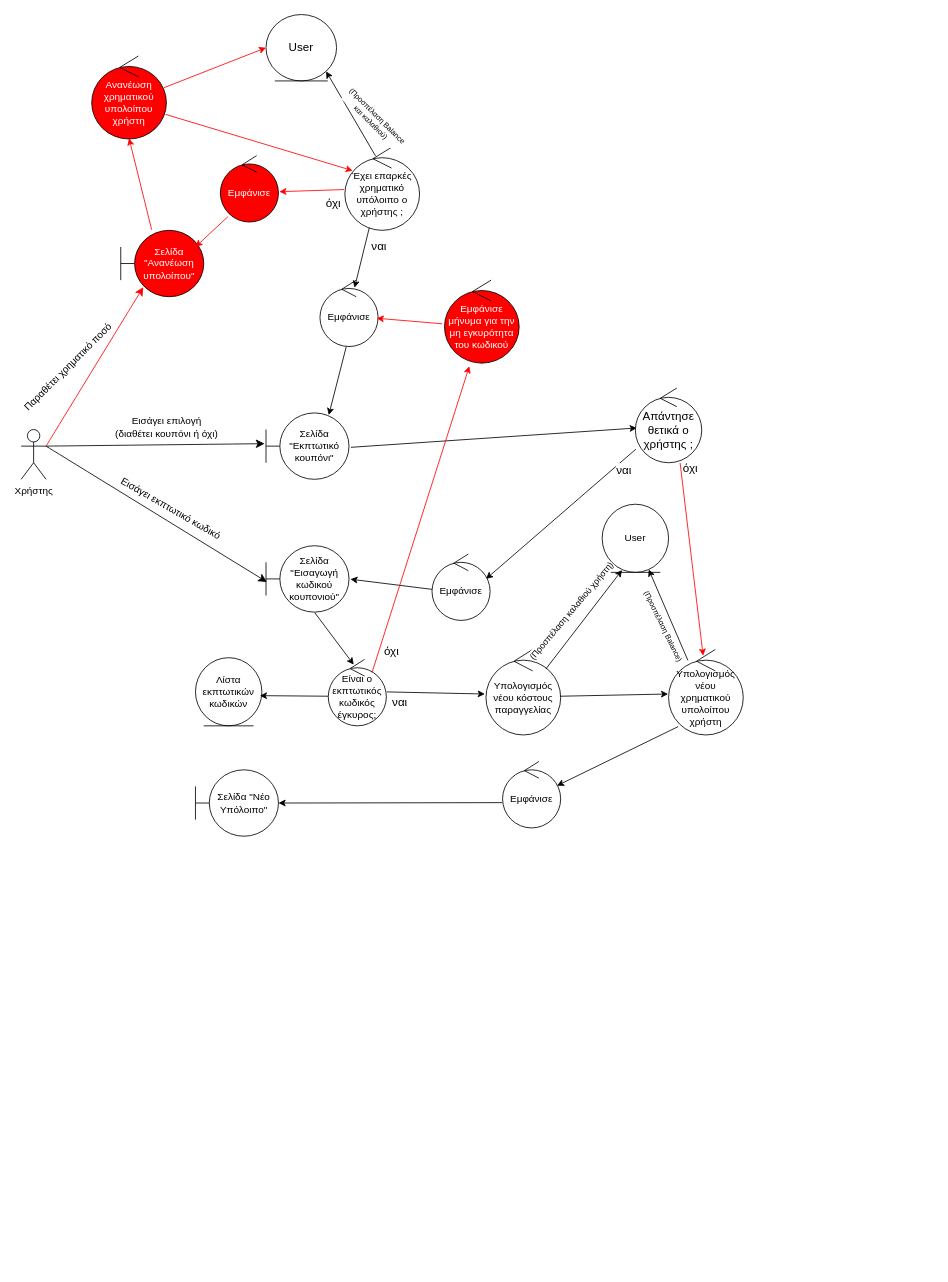
The draw.io diagram ΤΕΛΙΚΟ ΠΑΡΑΔΟΤΕΟ/Robustness_diag_v1.0/rd_πληρωμή_παραγγελίας.drawio in Dionkaps/Eu-Zin, before the edit. Source tidied: cells renumbered, new cells numbered last; positions are measured from the earlier drawing's top-left corner, leaving out a move shared by most shapes. Both pictures are drawn from the tidied source at 83%, with x=0, y=0 at pixel (21, 14).
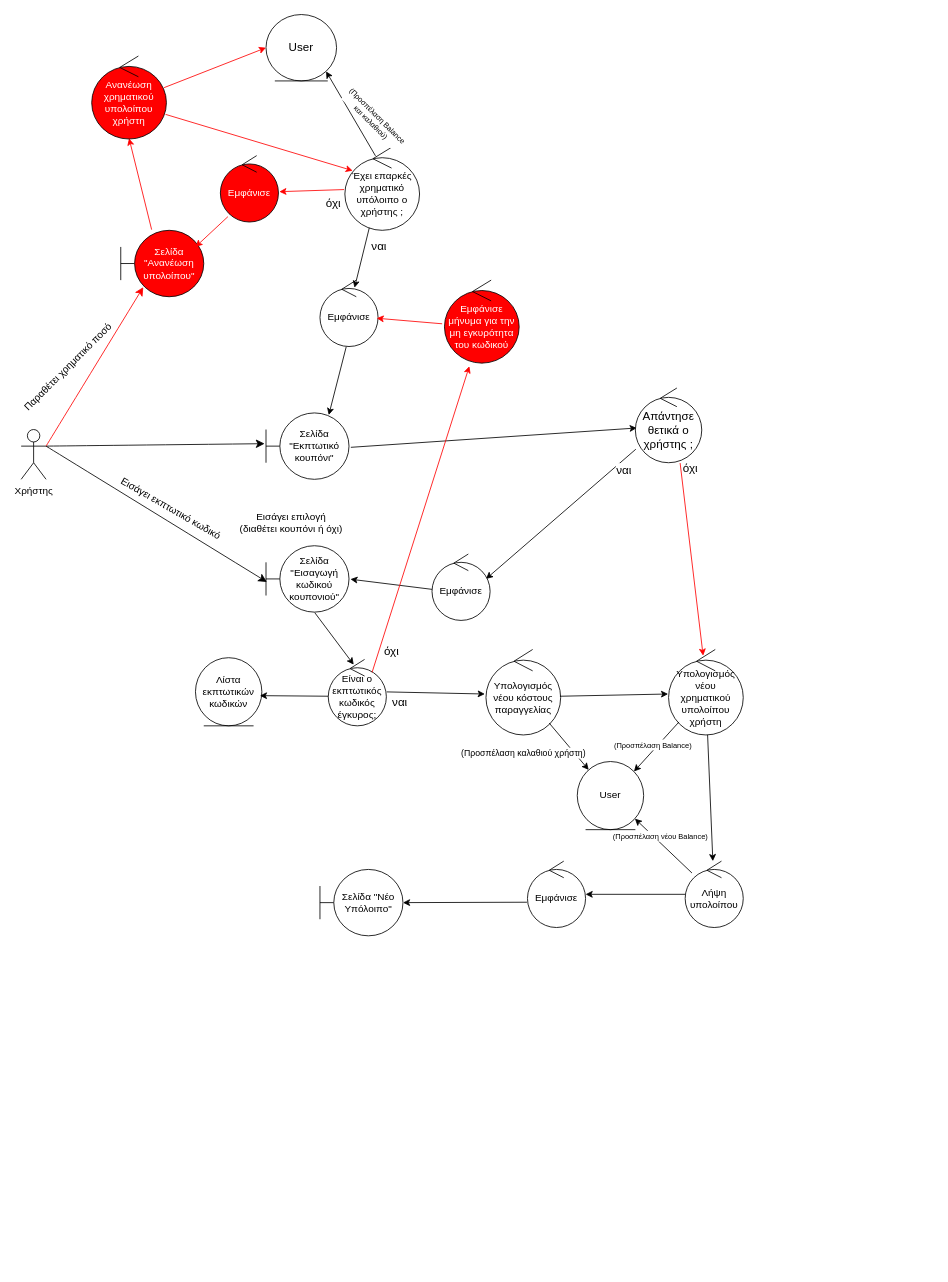
Above is the later version.

Unchanged cells that the change refers to:
```xml
<mxCell id="25" value="Υπολογισμός νέου κόστους παραγγελίας&lt;br&gt;" style="ellipse;shape=umlControl;whiteSpace=wrap;html=1;strokeColor=#000000;fontColor=#000000;" parent="1" vertex="1">
  <mxGeometry x="560" y="765" width="90" height="103" as="geometry" />
</mxCell>
<mxCell id="28" value="Υπολογισμός νέου χρηματικού υπολοίπου χρήστη" style="ellipse;shape=umlControl;whiteSpace=wrap;html=1;strokeColor=#000000;fontColor=#000000;" parent="1" vertex="1">
  <mxGeometry x="780" y="765" width="90" height="103" as="geometry" />
</mxCell>
```

What changed in the source:
```diff
@@
     <mxCell id="10" value="&lt;font style=&quot;font-size: 12px;&quot;&gt;Εισάγει επιλογή&lt;br style=&quot;font-size: 12px;&quot;&gt;(διαθέτει κουπόνι ή όχι)&lt;br style=&quot;font-size: 12px;&quot;&gt;&lt;/font&gt;" style="edgeLabel;html=1;align=center;verticalAlign=middle;fontSize=12;rotation=0;fontColor=#000000;" parent="1" vertex="1">
-      <mxGeometry x="350" y="920" as="geometry">
+      <mxGeometry x="500" y="1035" as="geometry">
         <mxPoint x="-176" y="-424" as="offset" />
       </mxGeometry>
     </mxCell>
@@
     <mxCell id="24" value="User" style="ellipse;shape=umlEntity;whiteSpace=wrap;html=1;fontColor=#000000;strokeColor=#000000;" parent="1" vertex="1">
-      <mxGeometry x="700" y="590" width="80" height="82.1" as="geometry" />
+      <mxGeometry x="670" y="900" width="80" height="82.1" as="geometry" />
     </mxCell>
@@
-    <mxCell id="26" style="edgeStyle=none;rounded=0;jettySize=auto;html=1;strokeColor=#000000;fontColor=#000000;exitX=0.801;exitY=0.229;exitDx=0;exitDy=0;exitPerimeter=0;entryX=0.299;entryY=0.966;entryDx=0;entryDy=0;entryPerimeter=0;" parent="1" edge="1" source="25" target="24">
-      <mxGeometry relative="1" as="geometry" />
+    <mxCell id="26" value="&lt;span style=&quot;color: rgb(0, 0, 0); font-family: Helvetica; font-size: 10.5px; font-style: normal; font-variant-ligatures: normal; font-variant-caps: normal; font-weight: 400; letter-spacing: normal; orphans: 2; text-align: center; text-indent: 0px; text-transform: none; widows: 2; word-spacing: 0px; -webkit-text-stroke-width: 0px; background-color: rgb(255, 255, 255); text-decoration-thickness: initial; text-decoration-style: initial; text-decoration-color: initial; float: none; display: inline !important;&quot;&gt;(Προσπέλαση καλαθιού χρήστη)&lt;/span&gt;" style="edgeStyle=none;rounded=0;jettySize=auto;html=1;strokeColor=#000000;fontColor=#000000;" parent="1" edge="1" source="25" target="24">
+      <mxGeometry x="-0.79" y="-47" relative="1" as="geometry" />
     </mxCell>
@@
-    <mxCell id="29" style="edgeStyle=none;rounded=0;jettySize=auto;html=1;strokeColor=#000000;fontColor=#000000;exitX=0.259;exitY=0.128;exitDx=0;exitDy=0;exitPerimeter=0;" parent="1" edge="1" source="28" target="24">
-      <mxGeometry relative="1" as="geometry" />
+    <mxCell id="29" value="&lt;span style=&quot;color: rgb(0, 0, 0); font-family: Helvetica; font-size: 9px; font-style: normal; font-variant-ligatures: normal; font-variant-caps: normal; font-weight: 400; letter-spacing: normal; orphans: 2; text-align: center; text-indent: 0px; text-transform: none; widows: 2; word-spacing: 0px; -webkit-text-stroke-width: 0px; background-color: rgb(255, 255, 255); text-decoration-thickness: initial; text-decoration-style: initial; text-decoration-color: initial; float: none; display: inline !important;&quot;&gt;(Προσπέλαση Balance)&lt;/span&gt;" style="edgeStyle=none;rounded=0;jettySize=auto;html=1;strokeColor=#000000;fontColor=#000000;entryX=1;entryY=0;entryDx=0;entryDy=0;" parent="1" edge="1" source="28" target="24">
+      <mxGeometry x="0.05" y="-5" relative="1" as="geometry" />
     </mxCell>
@@
+    <mxCell id="58" value="&lt;span style=&quot;color: rgb(0, 0, 0); font-family: Helvetica; font-size: 9px; font-style: normal; font-variant-ligatures: normal; font-variant-caps: normal; font-weight: 400; letter-spacing: normal; orphans: 2; text-align: center; text-indent: 0px; text-transform: none; widows: 2; word-spacing: 0px; -webkit-text-stroke-width: 0px; background-color: rgb(255, 255, 255); text-decoration-thickness: initial; text-decoration-style: initial; text-decoration-color: initial; float: none; display: inline !important;&quot;&gt;(Προσπέλαση νέου Balance)&lt;/span&gt;" style="rounded=0;jettySize=auto;html=1;" parent="1" edge="1" source="60" target="24">
+      <mxGeometry x="0.23" y="-6" relative="1" as="geometry" />
+    </mxCell>
     <mxCell id="34" value="&lt;font&gt;Εμφάνισε&lt;/font&gt;" style="ellipse;shape=umlControl;whiteSpace=wrap;html=1;strokeColor=#000000;fontColor=#000000;" parent="1" vertex="1">
-      <mxGeometry x="580" y="900" width="70" height="80" as="geometry" />
+      <mxGeometry x="610" y="1020" width="70" height="80" as="geometry" />
     </mxCell>
-    <mxCell id="35" style="edgeStyle=none;rounded=0;jettySize=auto;html=1;strokeColor=#000000;fontColor=#000000;exitX=0.129;exitY=0.902;exitDx=0;exitDy=0;exitPerimeter=0;entryX=0.937;entryY=0.364;entryDx=0;entryDy=0;entryPerimeter=0;" parent="1" edge="1" source="28" target="34">
+    <mxCell id="35" style="edgeStyle=none;rounded=0;jettySize=auto;html=1;strokeColor=#000000;fontColor=#000000;" parent="1" edge="1" source="28" target="60">
       <mxGeometry relative="1" as="geometry" />
     </mxCell>
@@
     <mxCell id="37" value="&lt;font&gt;Σελίδα &quot;Νέο Υπόλοιπο&quot;&lt;/font&gt;" style="shape=umlBoundary;whiteSpace=wrap;html=1;strokeColor=#000000;fontColor=#000000;" parent="1" vertex="1">
-      <mxGeometry x="210" y="910" width="100" height="80" as="geometry" />
+      <mxGeometry x="360" y="1030" width="100" height="80" as="geometry" />
     </mxCell>
@@
-    <mxCell id="55" value="&lt;font style=&quot;font-size: 10.5px;&quot;&gt;(Προσπέλαση καλαθιού χρήστη)&lt;br style=&quot;font-size: 10.5px;&quot;&gt;&lt;/font&gt;" style="edgeLabel;html=1;align=center;verticalAlign=middle;fontSize=10.5;rotation=-50;fontColor=#000000;" parent="1" vertex="1">
+    <mxCell id="55" value="&lt;font style=&quot;font-size: 10.5px;&quot;&gt;&lt;br style=&quot;font-size: 10.5px;&quot;&gt;&lt;/font&gt;" style="edgeLabel;html=1;align=center;verticalAlign=middle;fontSize=10.5;rotation=-50;fontColor=#000000;" parent="1" vertex="1">
       <mxGeometry x="1100" y="857" as="geometry">
         <mxPoint x="-176" y="-424" as="offset" />
       </mxGeometry>
     </mxCell>
-    <mxCell id="56" value="&lt;font style=&quot;font-size: 9px;&quot;&gt;(Προσπέλαση Balance)&lt;br style=&quot;font-size: 9px;&quot;&gt;&lt;/font&gt;" style="edgeLabel;html=1;align=center;verticalAlign=middle;fontSize=9;rotation=64;fontColor=#000000;" parent="1" vertex="1">
-      <mxGeometry x="470" y="1080" as="geometry">
-        <mxPoint x="-176" y="-424" as="offset" />
+    <mxCell id="56" value="&lt;font style=&quot;font-size: 9px;&quot;&gt;&lt;br style=&quot;font-size: 9px;&quot;&gt;&lt;/font&gt;" style="edgeLabel;html=1;align=center;verticalAlign=middle;fontSize=9;rotation=71;fontColor=#000000;" parent="1" vertex="1">
+      <mxGeometry x="110" y="1510" as="geometry">
+        <mxPoint x="-373.3" y="-846.2" as="offset" />
       </mxGeometry>
     </mxCell>
@@
+    <mxCell id="59" style="edgeStyle=orthogonalEdgeStyle;rounded=0;jettySize=auto;html=1;" parent="1" edge="1" source="60" target="34">
+      <mxGeometry relative="1" as="geometry" />
+    </mxCell>
+    <mxCell id="60" value="Λήψη υπολοίπου" style="ellipse;shape=umlControl;whiteSpace=wrap;html=1;" parent="1" vertex="1">
+      <mxGeometry x="800" y="1020" width="70" height="80" as="geometry" />
+    </mxCell>
```
